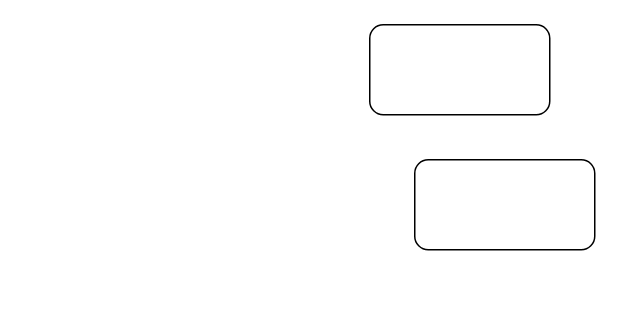
Before: Images/未命名绘图.drawio in fangshigithub/Draw, a draw.io diagram. Source tidied: cells renumbered, new cells numbered last; positions are measured from the earlier drawing's top-left corner, leaving out a move shared by most shapes. Both pictures are drawn from the tidied source at 150%, with x=0, y=0 at pixel (369, 24).
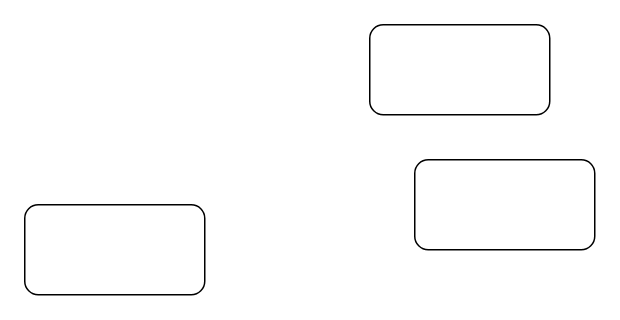
After the change.

Commit message:
更新未命名绘图.drawio

Change to the diagram source:
```diff
@@
 <mxGraphModel>
   <root>
     <mxCell id="0" />
     <mxCell id="1" parent="0" />
     <mxCell id="2" style="rounded=1;whiteSpace=wrap;html=1;" parent="1" vertex="1">
       <mxGeometry x="30" y="90" width="120" height="60" as="geometry" />
     </mxCell>
     <mxCell id="3" style="rounded=1;whiteSpace=wrap;html=1;" parent="1" vertex="1">
       <mxGeometry width="120" height="60" as="geometry" />
     </mxCell>
+    <mxCell id="4" style="rounded=1;whiteSpace=wrap;html=1;" parent="1" vertex="1">
+      <mxGeometry x="-230" y="120" width="120" height="60" as="geometry" />
+    </mxCell>
   </root>
 </mxGraphModel>
```
